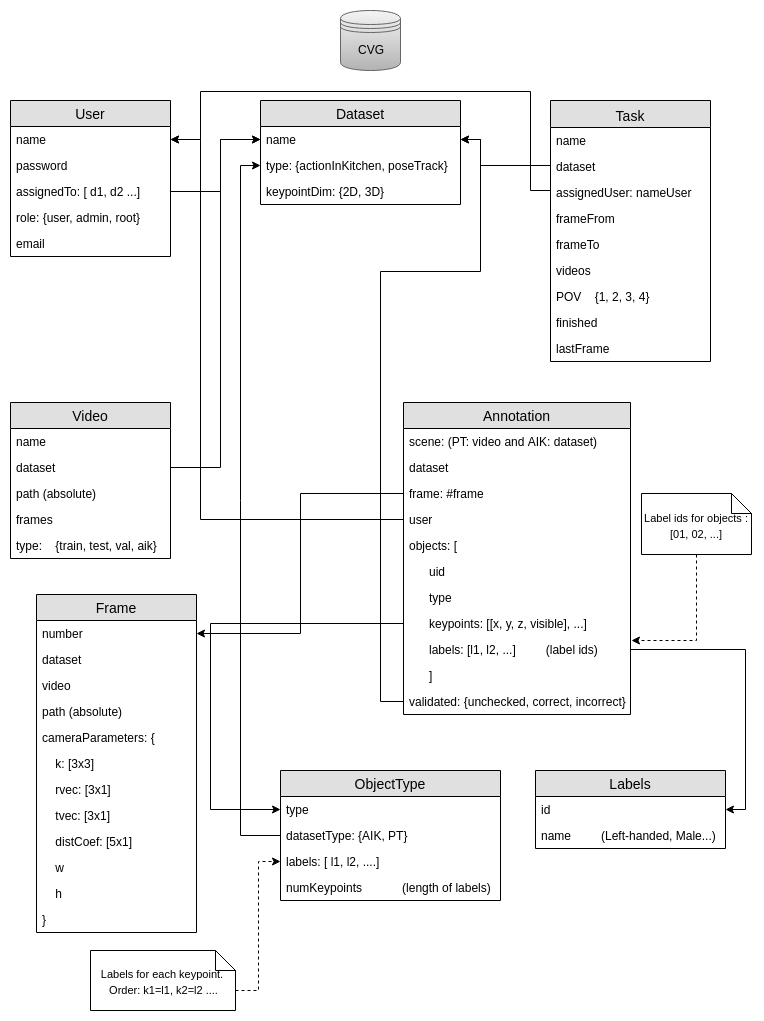
This is images/CVG_BBDD.png from bonn-activity-maps/bam_annotation_tool, a draw.io export, as it was before one commit. Source tidied: cells renumbered, new cells last; positions are measured from the earlier drawing's top-left corner, leaving out a move shared by most shapes.
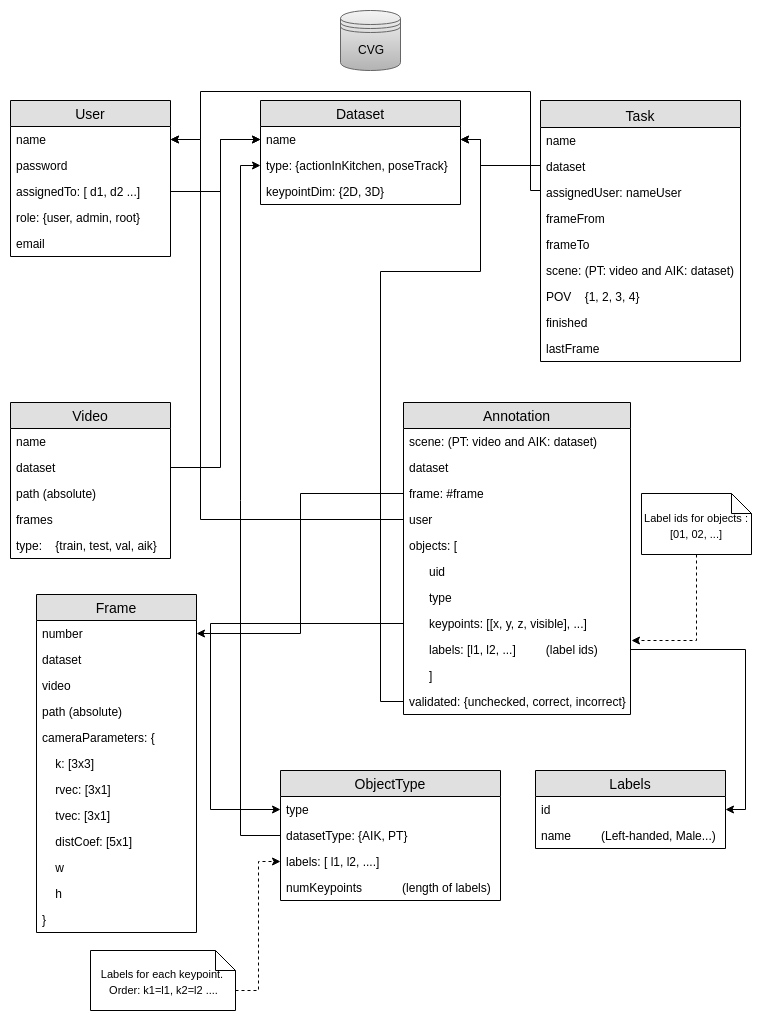
Later version of the same file.

Change to the diagram source:
```diff
@@ -104,39 +104,39 @@
       <mxGeometry y="52" width="190" height="26" as="geometry" />
     </mxCell>
     <mxCell id="34" value="Task&#10;" style="swimlane;fontStyle=0;horizontal=1;startSize=27;fillColor=#e0e0e0;swimlaneFillColor=#ffffff;align=center;fontSize=14;verticalAlign=top;" parent="1" vertex="1">
-      <mxGeometry x="540" y="90" width="160" height="261" as="geometry" />
+      <mxGeometry x="530" y="90" width="200" height="261" as="geometry" />
     </mxCell>
     <mxCell id="35" value="name" style="text;strokeColor=none;fillColor=none;spacingLeft=4;spacingRight=4;overflow=hidden;fontSize=12;" parent="34" vertex="1">
-      <mxGeometry y="27" width="160" height="26" as="geometry" />
+      <mxGeometry y="27" width="200" height="26" as="geometry" />
     </mxCell>
     <mxCell id="36" value="dataset&#10;" style="text;strokeColor=none;fillColor=none;spacingLeft=4;spacingRight=4;overflow=hidden;points=[[0,0.5],[1,0.5]];portConstraint=eastwest;fontSize=12;" parent="34" vertex="1">
-      <mxGeometry y="53" width="160" height="26" as="geometry" />
+      <mxGeometry y="53" width="200" height="26" as="geometry" />
     </mxCell>
     <mxCell id="37" value="assignedUser: nameUser" style="text;strokeColor=none;fillColor=none;spacingLeft=4;spacingRight=4;overflow=hidden;points=[[0,0.5],[1,0.5]];portConstraint=eastwest;fontSize=12;" parent="34" vertex="1">
-      <mxGeometry y="79" width="160" height="26" as="geometry" />
+      <mxGeometry y="79" width="200" height="26" as="geometry" />
     </mxCell>
     <mxCell id="38" value="frameFrom" style="text;strokeColor=none;fillColor=none;spacingLeft=4;spacingRight=4;overflow=hidden;fontSize=12;" parent="34" vertex="1">
-      <mxGeometry y="105" width="160" height="26" as="geometry" />
+      <mxGeometry y="105" width="200" height="26" as="geometry" />
     </mxCell>
     <mxCell id="39" value="frameTo" style="text;strokeColor=none;fillColor=none;spacingLeft=4;spacingRight=4;overflow=hidden;fontSize=12;" parent="34" vertex="1">
-      <mxGeometry y="131" width="160" height="26" as="geometry" />
+      <mxGeometry y="131" width="200" height="26" as="geometry" />
     </mxCell>
-    <mxCell id="40" value="videos" style="text;strokeColor=none;fillColor=none;spacingLeft=4;spacingRight=4;overflow=hidden;fontSize=12;" parent="34" vertex="1">
-      <mxGeometry y="157" width="160" height="26" as="geometry" />
+    <mxCell id="40" value="scene: (PT: video and AIK: dataset)&#10;" style="text;strokeColor=none;fillColor=none;spacingLeft=4;spacingRight=4;overflow=hidden;fontSize=12;" parent="34" vertex="1">
+      <mxGeometry y="157" width="200" height="26" as="geometry" />
     </mxCell>
     <mxCell id="41" value="POV    {1, 2, 3, 4}" style="text;strokeColor=none;fillColor=none;spacingLeft=4;spacingRight=4;overflow=hidden;fontSize=12;" parent="34" vertex="1">
-      <mxGeometry y="183" width="160" height="26" as="geometry" />
+      <mxGeometry y="183" width="200" height="26" as="geometry" />
     </mxCell>
     <mxCell id="42" value="finished&#10;" style="text;strokeColor=none;fillColor=none;spacingLeft=4;spacingRight=4;overflow=hidden;fontSize=12;" parent="34" vertex="1">
-      <mxGeometry y="209" width="160" height="26" as="geometry" />
+      <mxGeometry y="209" width="200" height="26" as="geometry" />
     </mxCell>
     <mxCell id="43" value="lastFrame" style="text;strokeColor=none;fillColor=none;spacingLeft=4;spacingRight=4;overflow=hidden;fontSize=12;" parent="34" vertex="1">
-      <mxGeometry y="235" width="160" height="26" as="geometry" />
+      <mxGeometry y="235" width="200" height="26" as="geometry" />
     </mxCell>
     <mxCell id="44" style="edgeStyle=orthogonalEdgeStyle;rounded=0;jettySize=auto;html=1;exitX=0;exitY=0.5;exitDx=0;exitDy=0;entryX=1;entryY=0.5;entryDx=0;entryDy=0;fontColor=#000000;" parent="1" edge="1" source="37" target="4">
       <mxGeometry relative="1" as="geometry">
         <Array as="points">
-          <mxPoint x="540" y="180" />
+          <mxPoint x="530" y="180" />
           <mxPoint x="520" y="180" />
           <mxPoint x="520" y="81" />
           <mxPoint x="190" y="81" />
```
